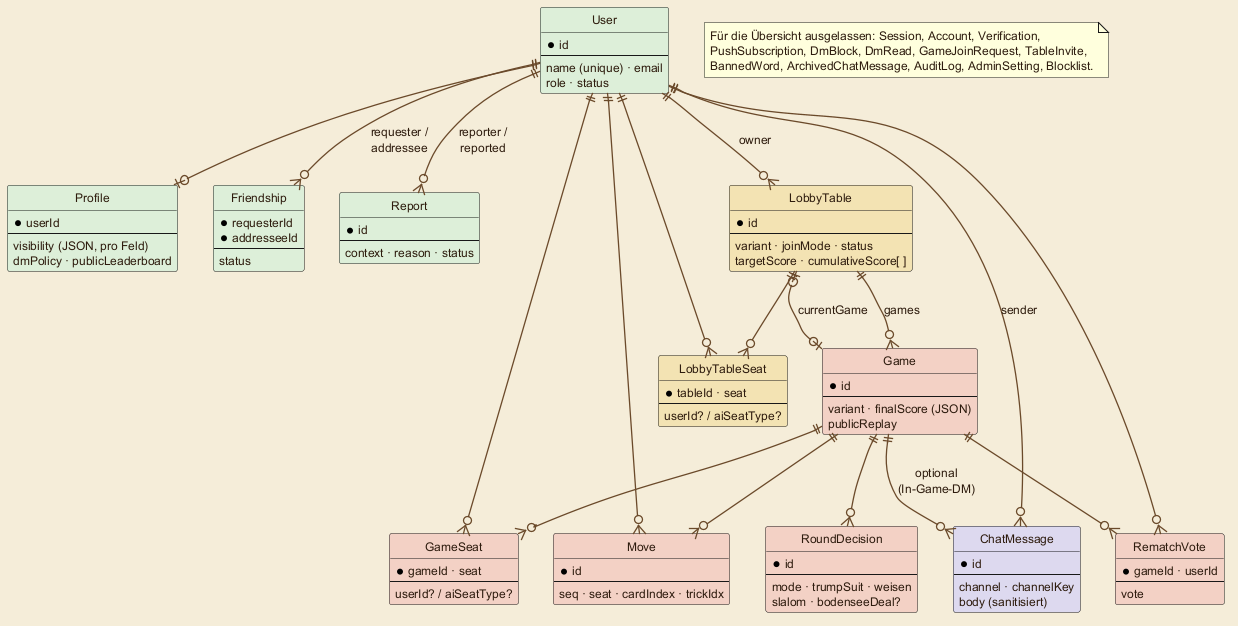
matthili/Heb_Ab-OpenSource_OnlineJass keeps this PlantUML diagram as assets/diagrams/data-model.png. Above is the earlier version. Source of this version:
```plantuml
@startuml data-model
skinparam backgroundColor #F4ECD8
skinparam shadowing false
skinparam defaultFontName "DejaVu Sans"
skinparam defaultFontColor #2E1C0E
skinparam defaultFontSize 12
skinparam ArrowColor #6B4A2B
skinparam ArrowThickness 1.3
skinparam ArrowFontColor #2E1C0E
skinparam entity {
  BorderColor #6B4A2B
  BorderThickness 1.4
  FontColor #2E1C0E
}
hide circle
hide empty members

entity "User" as user #DCEFD8 {
  * id
  --
  name (unique) · email
  role · status
}
entity "Profile" as profile #DCEFD8 {
  * userId
  --
  visibility (JSON, pro Feld)
  dmPolicy · publicLeaderboard
}
entity "Friendship" as friend #DCEFD8 {
  * requesterId
  * addresseeId
  --
  status
}
entity "Report" as report #DCEFD8 {
  * id
  --
  context · reason · status
}

entity "LobbyTable" as ltable #F3E3B3 {
  * id
  --
  variant · joinMode · status
  targetScore · cumulativeScore[ ]
}
entity "LobbyTableSeat" as lseat #F3E3B3 {
  * tableId · seat
  --
  userId? / aiSeatType?
}

entity "Game" as game #F2D0C5 {
  * id
  --
  variant · finalScore (JSON)
  publicReplay
}
entity "GameSeat" as gseat #F2D0C5 {
  * gameId · seat
  --
  userId? / aiSeatType?
}
entity "Move" as move #F2D0C5 {
  * id
  --
  seq · seat · cardIndex · trickIdx
}
entity "RoundDecision" as round #F2D0C5 {
  * id
  --
  mode · trumpSuit · weisen
  slalom · bodenseeDeal?
}
entity "RematchVote" as vote #F2D0C5 {
  * gameId · userId
  --
  vote
}
entity "ChatMessage" as chat #DCD8EF {
  * id
  --
  channel · channelKey
  body (sanitisiert)
}

user ||--o| profile
user ||--o{ friend : "requester /\naddressee"
user ||--o{ report : "reporter /\nreported"
user ||--o{ ltable : owner
user ||--o{ lseat
user ||--o{ gseat
user ||--o{ move
user ||--o{ vote
user ||--o{ chat : sender

ltable ||--o{ lseat
ltable ||--o{ game : games
ltable |o--o| game : currentGame

game ||--o{ gseat
game ||--o{ move
game ||--o{ round
game ||--o{ vote
game ||--o{ chat : "optional\n(In-Game-DM)"

note as N
  Für die Übersicht ausgelassen: Session, Account, Verification,
  PushSubscription, DmBlock, DmRead, GameJoinRequest, TableInvite,
  BannedWord, ArchivedChatMessage, AuditLog, AdminSetting, Blocklist.
end note
@enduml
```
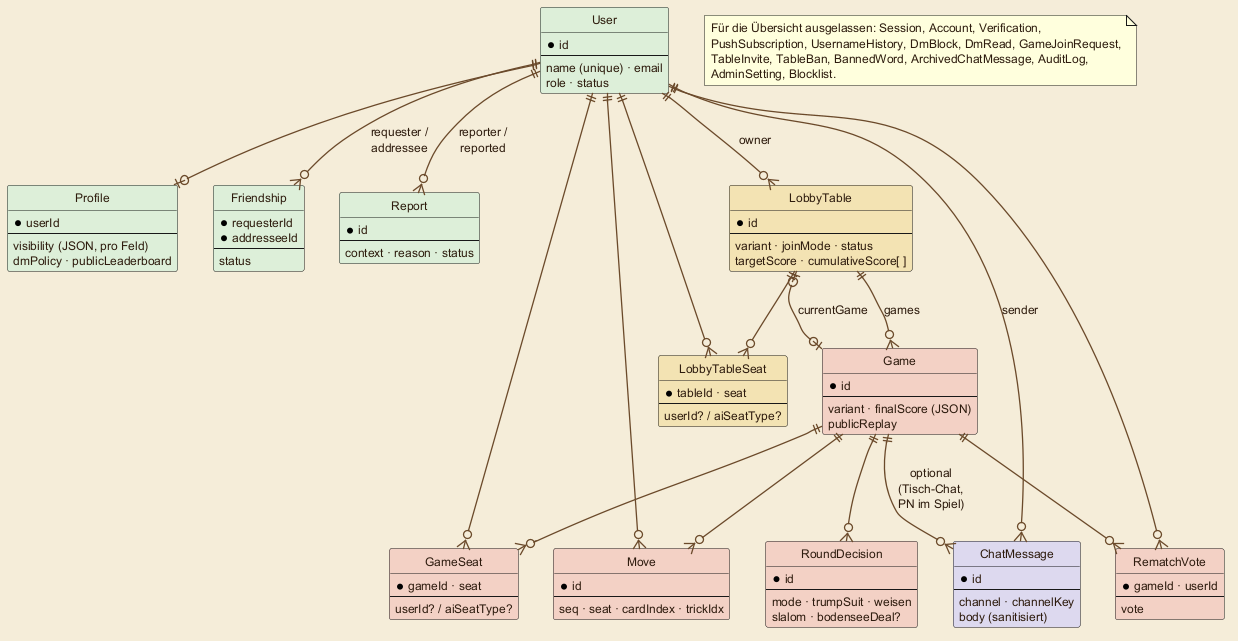
The same file after the commit.

The edit, as a diff of the source:
```diff
@@ -103,11 +103,12 @@
 game ||--o{ move
 game ||--o{ round
 game ||--o{ vote
-game ||--o{ chat : "optional\n(In-Game-DM)"
+game ||--o{ chat : "optional\n(Tisch-Chat,\nPN im Spiel)"
 
 note as N
   Für die Übersicht ausgelassen: Session, Account, Verification,
-  PushSubscription, DmBlock, DmRead, GameJoinRequest, TableInvite,
-  BannedWord, ArchivedChatMessage, AuditLog, AdminSetting, Blocklist.
+  PushSubscription, UsernameHistory, DmBlock, DmRead, GameJoinRequest,
+  TableInvite, TableBan, BannedWord, ArchivedChatMessage, AuditLog,
+  AdminSetting, Blocklist.
 end note
 @enduml
```
